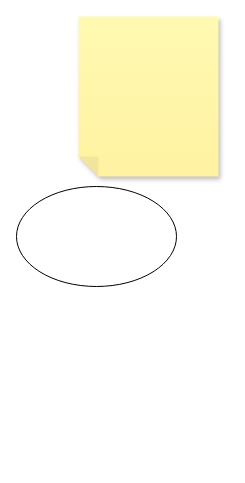
Yannis3100/Documentation keeps this draw.io diagram as Diagramme sans nom.drawio. Above is the earlier version. Source tidied: cells renumbered, new cells numbered last; positions are measured from the earlier drawing's top-left corner, leaving out a move shared by most shapes. Both pictures are drawn from the tidied source at 100%, with x=0, y=0 at pixel (16, 16).
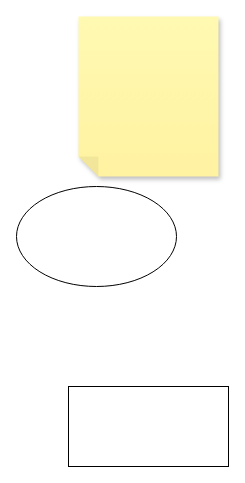
After the change.

Commit message:
Mettre à jour Diagramme sans nom.drawio

The edit, as a diff of the source:
```diff
@@
 <mxGraphModel>
   <root>
     <mxCell id="0" />
     <mxCell id="1" parent="0" />
     <mxCell id="2" style="ellipse;whiteSpace=wrap;html=1;hachureGap=4;" parent="1" vertex="1">
       <mxGeometry y="170" width="160" height="100" as="geometry" />
     </mxCell>
     <mxCell id="3" style="shape=note;whiteSpace=wrap;html=1;backgroundOutline=1;fontColor=#000000;darkOpacity=0.05;fillColor=#FFF9B2;strokeColor=none;fillStyle=solid;direction=west;gradientDirection=north;gradientColor=#FFF2A1;shadow=1;size=20;hachureGap=4;" parent="1" vertex="1">
       <mxGeometry x="62" width="140" height="160" as="geometry" />
     </mxCell>
+    <mxCell id="4" style="rounded=0;whiteSpace=wrap;html=1;hachureGap=4;" parent="1" vertex="1">
+      <mxGeometry x="52" y="370" width="160" height="80" as="geometry" />
+    </mxCell>
   </root>
 </mxGraphModel>
```
